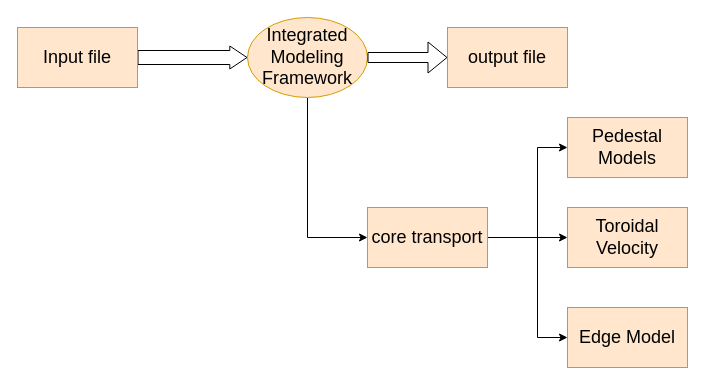
The draw.io diagram 未命名绘图.drawio in jiaxing-liu/flowchart, before the edit. Source tidied: cells renumbered, new cells numbered last; positions are measured from the earlier drawing's top-left corner, leaving out a move shared by most shapes. Both pictures are drawn from the tidied source at 100%, with x=0, y=0 at pixel (17, 17).
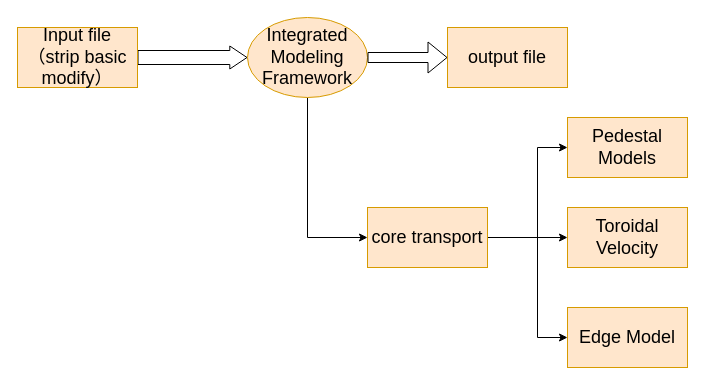
The same page after the edit.

Commit message:
更新未命名绘图.drawio

Diff of the diagram source:
```diff
@@
 <mxGraphModel>
   <root>
     <mxCell id="0" />
     <mxCell id="1" parent="0" />
     <mxCell id="2" style="edgeStyle=orthogonalEdgeStyle;rounded=0;jettySize=auto;html=1;fontSize=18;" parent="1" edge="1" source="3" target="8">
       <mxGeometry relative="1" as="geometry">
         <Array as="points">
           <mxPoint x="290" y="220" />
         </Array>
       </mxGeometry>
     </mxCell>
     <mxCell id="3" value="&lt;font style=&quot;font-size: 18px;&quot;&gt;Integrated Modeling Framework&lt;/font&gt;" style="ellipse;whiteSpace=wrap;html=1;fillColor=#ffe6cc;strokeColor=#d79b00;" parent="1" vertex="1">
       <mxGeometry x="230" width="120" height="80" as="geometry" />
     </mxCell>
     <mxCell id="4" value="&lt;font style=&quot;font-size: 18px;&quot;&gt;output file&lt;/font&gt;" style="whiteSpace=wrap;html=1;fillColor=#ffe6cc;strokeColor=#d79b00;" parent="1" vertex="1">
       <mxGeometry x="430" y="10" width="120" height="60" as="geometry" />
     </mxCell>
     <mxCell id="5" style="edgeStyle=orthogonalEdgeStyle;rounded=0;jettySize=auto;html=1;fontSize=18;" parent="1" edge="1" source="8" target="9">
       <mxGeometry relative="1" as="geometry" />
     </mxCell>
     <mxCell id="6" style="edgeStyle=orthogonalEdgeStyle;rounded=0;jettySize=auto;html=1;fontSize=18;" parent="1" edge="1" source="8" target="10">
       <mxGeometry relative="1" as="geometry">
         <Array as="points">
           <mxPoint x="520" y="220" />
           <mxPoint x="520" y="320" />
         </Array>
       </mxGeometry>
     </mxCell>
     <mxCell id="7" style="edgeStyle=orthogonalEdgeStyle;rounded=0;jettySize=auto;html=1;fontSize=18;" parent="1" edge="1" source="8" target="11">
       <mxGeometry relative="1" as="geometry">
         <Array as="points">
           <mxPoint x="520" y="220" />
           <mxPoint x="520" y="130" />
         </Array>
       </mxGeometry>
     </mxCell>
     <mxCell id="8" value="&lt;font style=&quot;font-size: 18px;&quot;&gt;core transport&lt;/font&gt;" style="whiteSpace=wrap;html=1;fillColor=#ffe6cc;strokeColor=#d79b00;" parent="1" vertex="1">
       <mxGeometry x="350" y="190" width="120" height="60" as="geometry" />
     </mxCell>
     <mxCell id="9" value="&lt;font style=&quot;font-size: 18px;&quot;&gt;Toroidal Velocity&lt;/font&gt;" style="whiteSpace=wrap;html=1;fillColor=#ffe6cc;strokeColor=#d79b00;" parent="1" vertex="1">
       <mxGeometry x="550" y="190" width="120" height="60" as="geometry" />
     </mxCell>
     <mxCell id="10" value="&lt;span style=&quot;font-size: 18px;&quot;&gt;Edge Model&lt;/span&gt;" style="whiteSpace=wrap;html=1;fillColor=#ffe6cc;strokeColor=#d79b00;" parent="1" vertex="1">
       <mxGeometry x="550" y="290" width="120" height="60" as="geometry" />
     </mxCell>
     <mxCell id="11" value="&lt;font style=&quot;font-size: 18px;&quot;&gt;Pedestal Models&lt;/font&gt;" style="whiteSpace=wrap;html=1;fillColor=#ffe6cc;strokeColor=#d79b00;" parent="1" vertex="1">
       <mxGeometry x="550" y="100" width="120" height="60" as="geometry" />
     </mxCell>
     <mxCell id="12" style="shape=flexArrow;endArrow=classic;html=1;rounded=0;fontSize=18;entryX=0;entryY=0.5;entryDx=0;entryDy=0;exitX=1;exitY=0.5;exitDx=0;exitDy=0;" parent="1" edge="1" source="3" target="4">
       <mxGeometry relative="1" as="geometry" />
     </mxCell>
     <mxCell id="13" style="shape=flexArrow;endArrow=classic;html=1;rounded=0;fontSize=18;entryX=0;entryY=0.5;entryDx=0;entryDy=0;exitX=1;exitY=0.5;exitDx=0;exitDy=0;endWidth=8;endSize=5.4;width=14;" parent="1" edge="1" source="14" target="3">
       <mxGeometry relative="1" as="geometry" />
     </mxCell>
-    <mxCell id="14" value="&lt;font style=&quot;font-size: 18px;&quot;&gt;Input file&lt;/font&gt;" style="whiteSpace=wrap;html=1;fillColor=#ffe6cc;strokeColor=#d79b00;" parent="1" vertex="1">
+    <mxCell id="14" value="&lt;font style=&quot;font-size: 18px;&quot;&gt;Input file&lt;br&gt;（strip basic modify）&lt;br&gt;&lt;/font&gt;" style="whiteSpace=wrap;html=1;fillColor=#ffe6cc;strokeColor=#d79b00;" parent="1" vertex="1">
       <mxGeometry y="10" width="120" height="60" as="geometry" />
     </mxCell>
   </root>
 </mxGraphModel>
```
